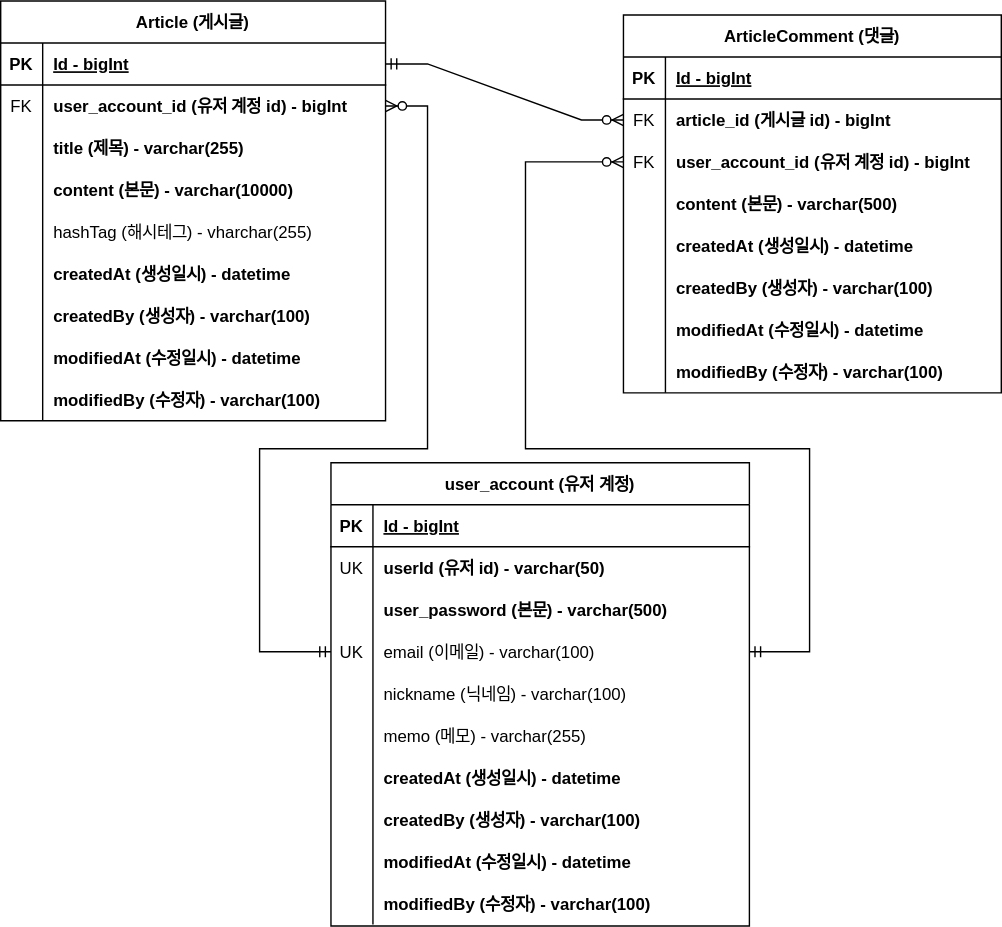
Earlier version of the draw.io export document/project-board-erd.svg (jsc5023/boardProject). Source tidied: cells renumbered, new cells last; positions are measured from the earlier drawing's top-left corner, leaving out a move shared by most shapes.
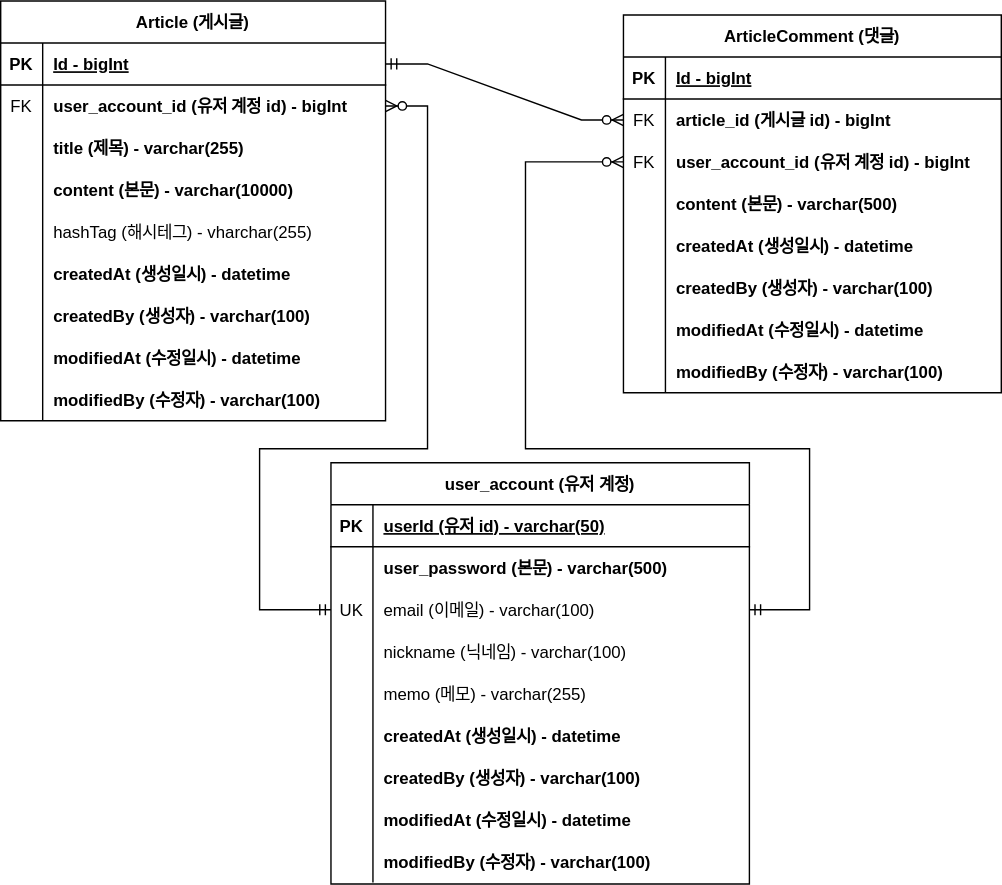
The same file after the commit.

Commit message:
#51 - ERD 문서 수정: 회원 계정 user_id 를 PK 로 변경

The edit, as a diff of the source:
```diff
@@ -165,7 +165,7 @@
       <mxGeometry relative="1" as="geometry" />
     </mxCell>
     <mxCell id="56" value="user_account (유저 계정)" style="shape=table;startSize=30;rowLines=0;fontStyle=1;align=center;" parent="1" vertex="1">
-      <mxGeometry x="236" y="330" width="299" height="331" as="geometry" />
+      <mxGeometry x="236" y="330" width="299" height="301" as="geometry" />
     </mxCell>
     <mxCell id="57" style="shape=tableRow;horizontal=0;startSize=0;swimlaneHead=0;swimlaneBody=0;fillColor=none;top=0;left=0;right=0;bottom=1;" parent="56" vertex="1">
       <mxGeometry y="30" width="299" height="30" as="geometry" />
@@ -173,20 +173,11 @@
     <mxCell id="58" value="PK" style="shape=partialRectangle;fillColor=none;top=0;left=0;bottom=0;right=0;fontStyle=1;overflow=hidden;" parent="57" vertex="1">
       <mxGeometry width="30" height="30" as="geometry" />
     </mxCell>
-    <mxCell id="59" value="Id - bigInt" style="shape=partialRectangle;fillColor=none;top=0;left=0;bottom=0;right=0;align=left;spacingLeft=6;fontStyle=5;overflow=hidden;" parent="57" vertex="1">
+    <mxCell id="59" value="userId (유저 id) - varchar(50)" style="shape=partialRectangle;fillColor=none;top=0;left=0;bottom=0;right=0;align=left;spacingLeft=6;fontStyle=5;overflow=hidden;" parent="57" vertex="1">
       <mxGeometry x="30" width="269" height="30" as="geometry" />
     </mxCell>
-    <mxCell id="60" style="shape=tableRow;horizontal=0;startSize=0;swimlaneHead=0;swimlaneBody=0;fillColor=none;top=0;left=0;right=0;bottom=0;" parent="56" vertex="1">
-      <mxGeometry y="60" width="299" height="30" as="geometry" />
-    </mxCell>
-    <mxCell id="61" value="UK" style="shape=partialRectangle;fillColor=none;top=0;left=0;bottom=0;right=0;overflow=hidden;" parent="60" vertex="1">
-      <mxGeometry width="30" height="30" as="geometry" />
-    </mxCell>
-    <mxCell id="62" value="userId (유저 id) - varchar(50)" style="shape=partialRectangle;fillColor=none;top=0;left=0;bottom=0;right=0;align=left;spacingLeft=6;overflow=hidden;fontStyle=1;" parent="60" vertex="1">
-      <mxGeometry x="30" width="269" height="30" as="geometry" />
-    </mxCell>
     <mxCell id="63" style="shape=tableRow;horizontal=0;startSize=0;swimlaneHead=0;swimlaneBody=0;fillColor=none;top=0;left=0;right=0;bottom=0;" parent="56" vertex="1">
-      <mxGeometry y="90" width="299" height="30" as="geometry" />
+      <mxGeometry y="60" width="299" height="30" as="geometry" />
     </mxCell>
     <mxCell id="64" style="shape=partialRectangle;fillColor=none;top=0;left=0;bottom=0;right=0;overflow=hidden;" parent="63" vertex="1">
       <mxGeometry width="30" height="30" as="geometry" />
@@ -195,7 +186,7 @@
       <mxGeometry x="30" width="269" height="30" as="geometry" />
     </mxCell>
     <mxCell id="66" style="shape=tableRow;horizontal=0;startSize=0;swimlaneHead=0;swimlaneBody=0;fillColor=none;points=[[0,0.5],[1,0.5]];portConstraint=eastwest;top=0;left=0;right=0;bottom=0;" parent="56" vertex="1">
-      <mxGeometry y="120" width="299" height="30" as="geometry" />
+      <mxGeometry y="90" width="299" height="30" as="geometry" />
     </mxCell>
     <mxCell id="67" value="UK" style="shape=partialRectangle;fillColor=none;top=0;left=0;bottom=0;right=0;overflow=hidden;" parent="66" vertex="1">
       <mxGeometry width="30" height="30" as="geometry" />
@@ -204,7 +195,7 @@
       <mxGeometry x="30" width="269" height="30" as="geometry" />
     </mxCell>
     <mxCell id="69" style="shape=tableRow;horizontal=0;startSize=0;swimlaneHead=0;swimlaneBody=0;fillColor=none;top=0;left=0;right=0;bottom=0;" parent="56" vertex="1">
-      <mxGeometry y="150" width="299" height="30" as="geometry" />
+      <mxGeometry y="120" width="299" height="30" as="geometry" />
     </mxCell>
     <mxCell id="70" style="shape=partialRectangle;fillColor=none;top=0;left=0;bottom=0;right=0;overflow=hidden;" parent="69" vertex="1">
       <mxGeometry width="30" height="30" as="geometry" />
@@ -213,7 +204,7 @@
       <mxGeometry x="30" width="269" height="30" as="geometry" />
     </mxCell>
     <mxCell id="72" style="shape=tableRow;horizontal=0;startSize=0;swimlaneHead=0;swimlaneBody=0;fillColor=none;top=0;left=0;right=0;bottom=0;" parent="56" vertex="1">
-      <mxGeometry y="180" width="299" height="30" as="geometry" />
+      <mxGeometry y="150" width="299" height="30" as="geometry" />
     </mxCell>
     <mxCell id="73" style="shape=partialRectangle;fillColor=none;top=0;left=0;bottom=0;right=0;overflow=hidden;" parent="72" vertex="1">
       <mxGeometry width="30" height="30" as="geometry" />
@@ -222,7 +213,7 @@
       <mxGeometry x="30" width="269" height="30" as="geometry" />
     </mxCell>
     <mxCell id="75" style="shape=tableRow;horizontal=0;startSize=0;swimlaneHead=0;swimlaneBody=0;fillColor=none;top=0;left=0;right=0;bottom=0;" parent="56" vertex="1">
-      <mxGeometry y="210" width="299" height="30" as="geometry" />
+      <mxGeometry y="180" width="299" height="30" as="geometry" />
     </mxCell>
     <mxCell id="76" style="shape=partialRectangle;fillColor=none;top=0;left=0;bottom=0;right=0;overflow=hidden;" parent="75" vertex="1">
       <mxGeometry width="30" height="30" as="geometry" />
@@ -231,7 +222,7 @@
       <mxGeometry x="30" width="269" height="30" as="geometry" />
     </mxCell>
     <mxCell id="78" style="shape=tableRow;horizontal=0;startSize=0;swimlaneHead=0;swimlaneBody=0;fillColor=none;top=0;left=0;right=0;bottom=0;" parent="56" vertex="1">
-      <mxGeometry y="240" width="299" height="30" as="geometry" />
+      <mxGeometry y="210" width="299" height="30" as="geometry" />
     </mxCell>
     <mxCell id="79" style="shape=partialRectangle;fillColor=none;top=0;left=0;bottom=0;right=0;overflow=hidden;" parent="78" vertex="1">
       <mxGeometry width="30" height="30" as="geometry" />
@@ -240,7 +231,7 @@
       <mxGeometry x="30" width="269" height="30" as="geometry" />
     </mxCell>
     <mxCell id="81" style="shape=tableRow;horizontal=0;startSize=0;swimlaneHead=0;swimlaneBody=0;fillColor=none;top=0;left=0;right=0;bottom=0;" parent="56" vertex="1">
-      <mxGeometry y="270" width="299" height="30" as="geometry" />
+      <mxGeometry y="240" width="299" height="30" as="geometry" />
     </mxCell>
     <mxCell id="82" style="shape=partialRectangle;fillColor=none;top=0;left=0;bottom=0;right=0;overflow=hidden;" parent="81" vertex="1">
       <mxGeometry width="30" height="30" as="geometry" />
@@ -249,7 +240,7 @@
       <mxGeometry x="30" width="269" height="30" as="geometry" />
     </mxCell>
     <mxCell id="84" style="shape=tableRow;horizontal=0;startSize=0;swimlaneHead=0;swimlaneBody=0;fillColor=none;top=0;left=0;right=0;bottom=0;" parent="56" vertex="1">
-      <mxGeometry y="300" width="299" height="30" as="geometry" />
+      <mxGeometry y="270" width="299" height="30" as="geometry" />
     </mxCell>
     <mxCell id="85" style="shape=partialRectangle;fillColor=none;top=0;left=0;bottom=0;right=0;overflow=hidden;" parent="84" vertex="1">
       <mxGeometry width="30" height="30" as="geometry" />
@@ -260,7 +251,7 @@
     <mxCell id="87" style="fontSize=12;html=1;endArrow=ERzeroToMany;startArrow=ERmandOne;rounded=0;fontColor=none;entryX=1;entryY=0.5;entryDx=0;entryDy=0;exitX=0;exitY=0.5;exitDx=0;exitDy=0;edgeStyle=orthogonalEdgeStyle;elbow=vertical;" parent="1" edge="1" source="66" target="6">
       <mxGeometry relative="1" as="geometry">
         <Array as="points">
-          <mxPoint x="185" y="465" />
+          <mxPoint x="185" y="435" />
           <mxPoint x="185" y="320" />
           <mxPoint x="305" y="320" />
           <mxPoint x="305" y="75" />
@@ -270,7 +261,7 @@
     <mxCell id="88" style="fontSize=12;html=1;endArrow=ERzeroToMany;startArrow=ERmandOne;rounded=0;fontColor=none;entryX=0;entryY=0.5;entryDx=0;entryDy=0;exitX=1;exitY=0.5;exitDx=0;exitDy=0;edgeStyle=orthogonalEdgeStyle;elbow=vertical;" parent="1" edge="1" source="66" target="37">
       <mxGeometry relative="1" as="geometry">
         <Array as="points">
-          <mxPoint x="578" y="465" />
+          <mxPoint x="578" y="435" />
           <mxPoint x="578" y="320" />
           <mxPoint x="375" y="320" />
           <mxPoint x="375" y="115" />
```
